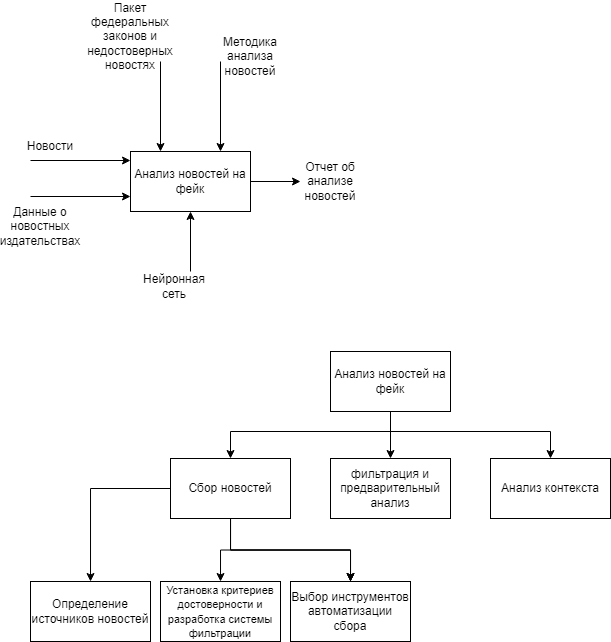
Above: декмопозиця + ЧЯ.drawio.png in IlyaMolchanovv/TPPO (draw.io), before the change. Source tidied: cells renumbered, new cells last; positions are measured from the earlier drawing's top-left corner, leaving out a move shared by most shapes.
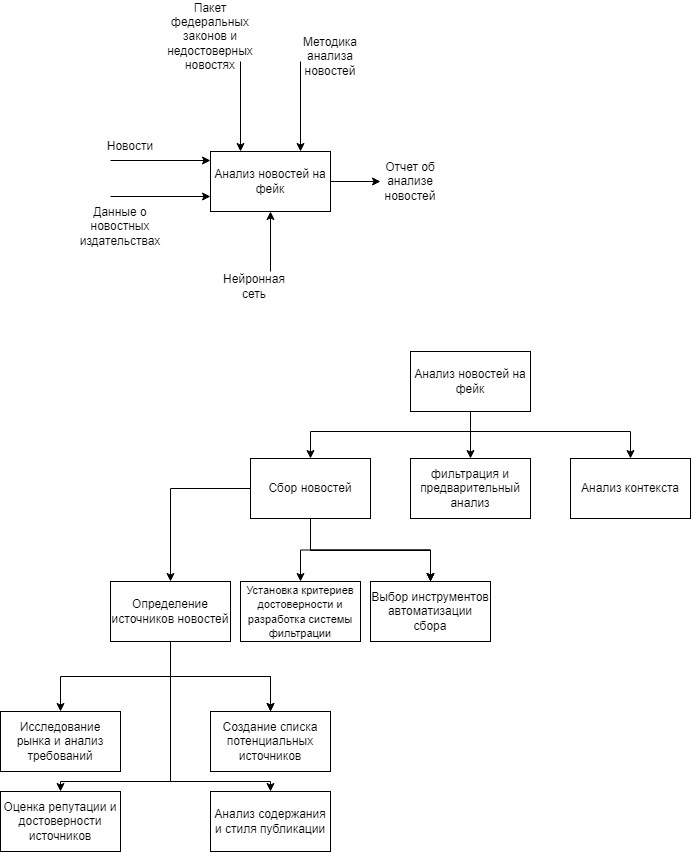
After the change.

What changed in the source:
```diff
@@ -67,7 +67,12 @@
       <mxGeometry relative="1" as="geometry" />
     </mxCell>
     <mxCell id="19" style="edgeStyle=orthogonalEdgeStyle;rounded=0;jettySize=auto;html=1;" parent="1" edge="1" source="21" target="28">
-      <mxGeometry relative="1" as="geometry" />
+      <mxGeometry relative="1" as="geometry">
+        <Array as="points">
+          <mxPoint x="220" y="529" />
+          <mxPoint x="340" y="529" />
+        </Array>
+      </mxGeometry>
     </mxCell>
     <mxCell id="20" style="edgeStyle=orthogonalEdgeStyle;rounded=0;jettySize=auto;html=1;" parent="1" edge="1" source="21" target="29">
       <mxGeometry relative="1" as="geometry" />
@@ -100,6 +105,31 @@
         </Array>
       </mxGeometry>
     </mxCell>
+    <mxCell id="30" style="edgeStyle=orthogonalEdgeStyle;rounded=0;jettySize=auto;html=1;" parent="1" edge="1" source="27" target="35">
+      <mxGeometry relative="1" as="geometry" />
+    </mxCell>
+    <mxCell id="31" style="edgeStyle=orthogonalEdgeStyle;rounded=0;jettySize=auto;html=1;" parent="1" edge="1" source="27" target="36">
+      <mxGeometry relative="1" as="geometry" />
+    </mxCell>
+    <mxCell id="32" style="edgeStyle=orthogonalEdgeStyle;rounded=0;jettySize=auto;html=1;" parent="1" edge="1" source="27" target="36">
+      <mxGeometry relative="1" as="geometry" />
+    </mxCell>
+    <mxCell id="33" style="edgeStyle=orthogonalEdgeStyle;rounded=0;jettySize=auto;html=1;" parent="1" edge="1" source="27" target="37">
+      <mxGeometry relative="1" as="geometry">
+        <Array as="points">
+          <mxPoint x="80" y="760" />
+          <mxPoint x="-30" y="760" />
+        </Array>
+      </mxGeometry>
+    </mxCell>
+    <mxCell id="34" style="edgeStyle=orthogonalEdgeStyle;rounded=0;jettySize=auto;html=1;" parent="1" edge="1" source="27" target="38">
+      <mxGeometry relative="1" as="geometry">
+        <Array as="points">
+          <mxPoint x="80" y="760" />
+          <mxPoint x="180" y="760" />
+        </Array>
+      </mxGeometry>
+    </mxCell>
     <mxCell id="27" value="Определение источников новостей" style="rounded=0;whiteSpace=wrap;html=1;" parent="1" vertex="1">
       <mxGeometry x="20" y="560" width="120" height="60" as="geometry" />
     </mxCell>
@@ -109,5 +139,17 @@
     <mxCell id="29" value="&lt;font style=&quot;font-size: 11px;&quot;&gt;Установка критериев достоверности и разработка системы фильтрации&lt;/font&gt;" style="rounded=0;whiteSpace=wrap;html=1;" parent="1" vertex="1">
       <mxGeometry x="150" y="560" width="120" height="60" as="geometry" />
     </mxCell>
+    <mxCell id="35" value="Исследование рынка и анализ требований" style="rounded=0;whiteSpace=wrap;html=1;" parent="1" vertex="1">
+      <mxGeometry x="-90" y="690" width="120" height="60" as="geometry" />
+    </mxCell>
+    <mxCell id="36" value="Создание списка потенциальных источников" style="rounded=0;whiteSpace=wrap;html=1;" parent="1" vertex="1">
+      <mxGeometry x="120" y="690" width="120" height="60" as="geometry" />
+    </mxCell>
+    <mxCell id="37" value="Оценка репутации и достоверности источников" style="rounded=0;whiteSpace=wrap;html=1;" parent="1" vertex="1">
+      <mxGeometry x="-90" y="770" width="120" height="60" as="geometry" />
+    </mxCell>
+    <mxCell id="38" value="Анализ содержания и стиля публикации" style="rounded=0;whiteSpace=wrap;html=1;" parent="1" vertex="1">
+      <mxGeometry x="120" y="770" width="120" height="60" as="geometry" />
+    </mxCell>
   </root>
 </mxGraphModel>
```
